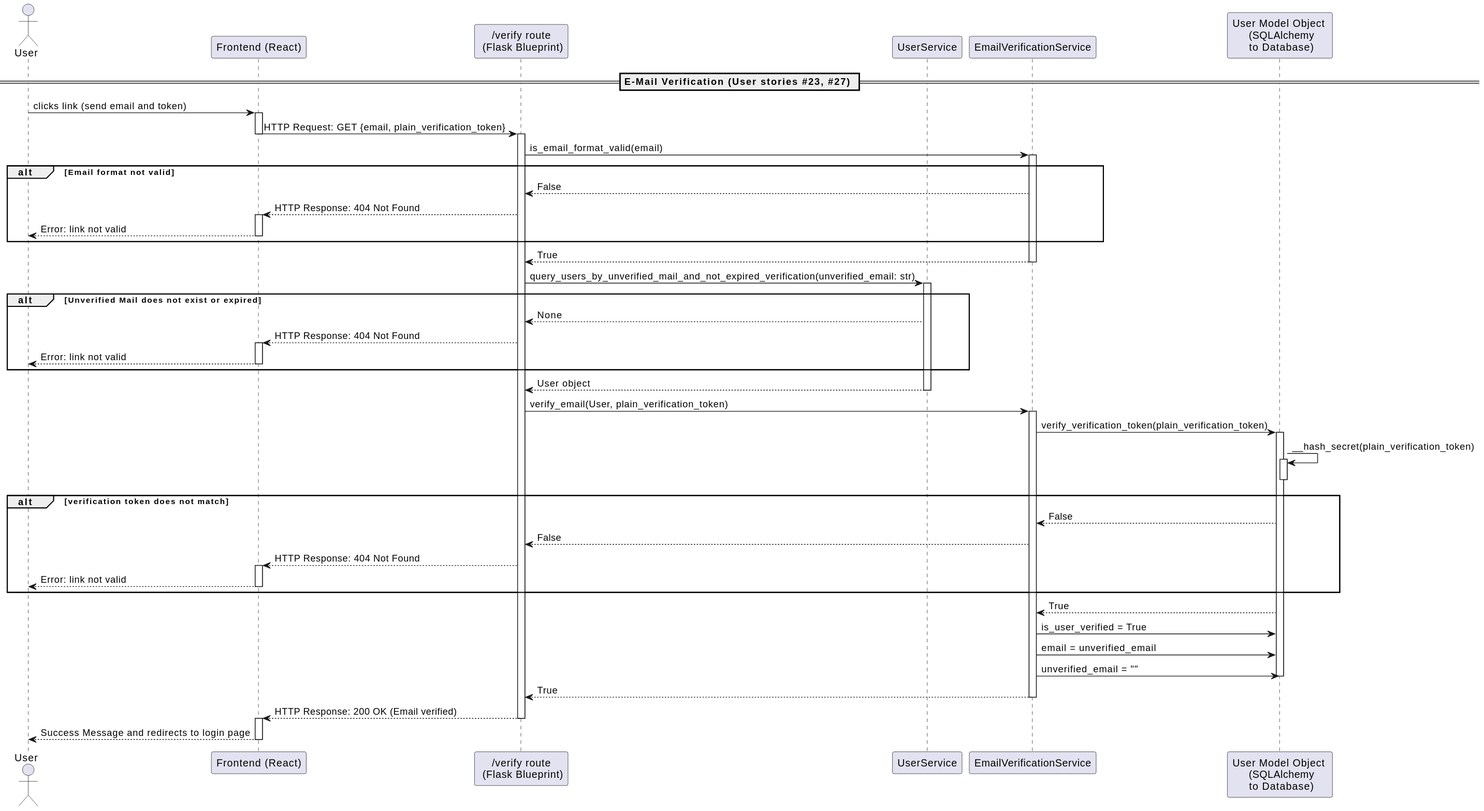
This is docs/out/diagrams/uml/sequence/account_management/EmailVerificationSequence.svg from dominikoetiker/TheMentalLoadHub, a PlantUML export, as it was before one commit.
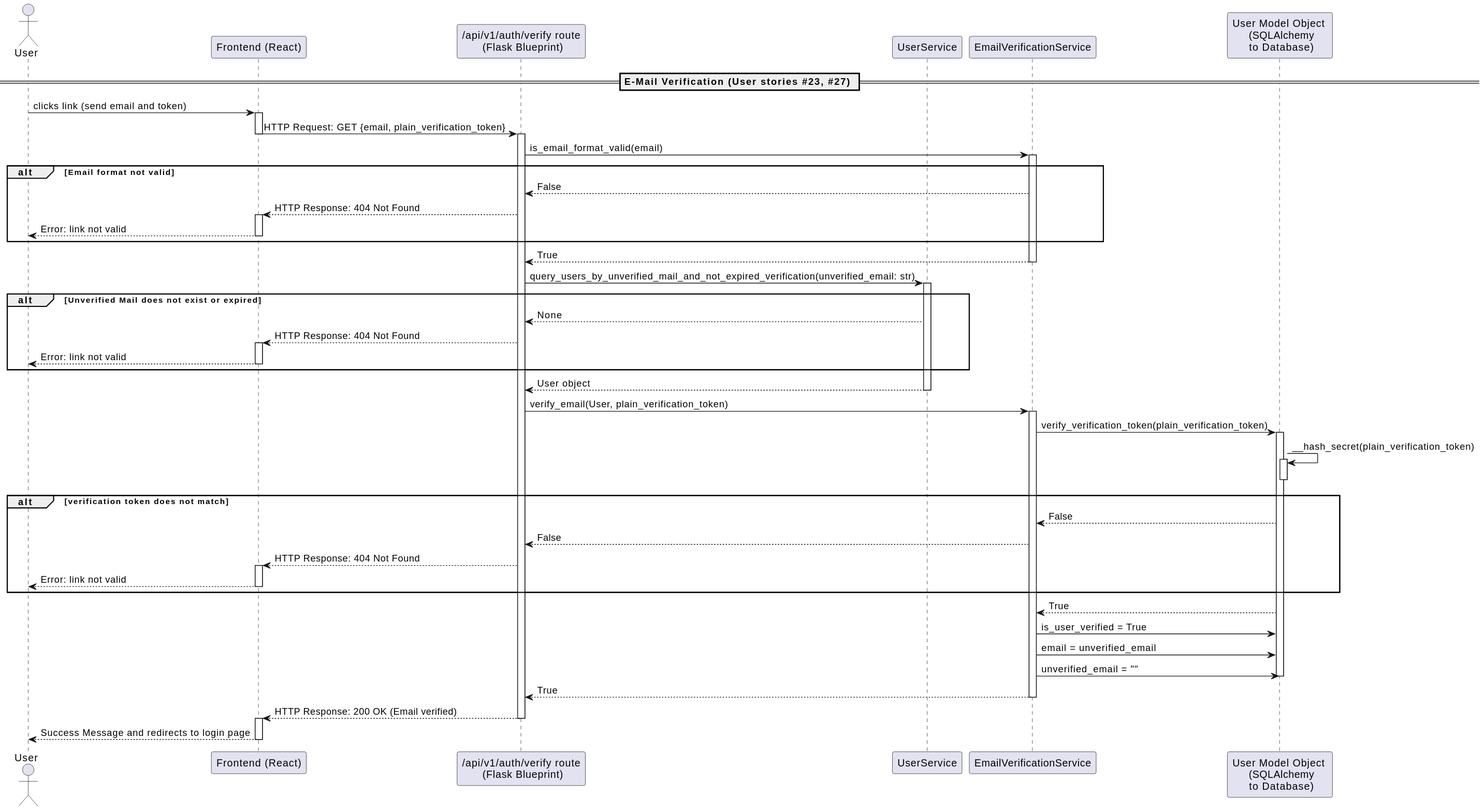
After the commit.

The edit, as a diff of the source:
```diff
@@ -1,40 +1,40 @@
 @startuml
-actor "User" as AppUser
+actor "User" as User
 participant "Frontend (React)" as FE
-participant "/verify route\n (Flask Blueprint)" as VR
+participant "/api/v1/auth/verify route\n (Flask Blueprint)" as AVR
 participant "UserService" as US
 participant "EmailVerificationService" as ES
 participant "User Model Object \n (SQLAlchemy\n to Database)" as UM
 
 == E-Mail Verification (User stories #23, #27) ==
-AppUser -> FE : clicks link (send email and token)
+User -> FE : clicks link (send email and token)
 activate FE
-FE -> VR : HTTP Request: GET {email, plain_verification_token}
+FE -> AVR : HTTP Request: GET {email, plain_verification_token}
 deactivate FE
-activate VR
-VR -> ES : is_email_format_valid(email)
+activate AVR
+AVR -> ES : is_email_format_valid(email)
 activate ES
 alt Email format not valid
-    VR <-- ES : False
-    FE <-- VR : HTTP Response: 404 Not Found
+    AVR <-- ES : False
+    FE <-- AVR : HTTP Response: 404 Not Found
     activate FE
-    AppUser <-- FE : Error: link not valid
+    User <-- FE : Error: link not valid
     deactivate FE
 end
-VR <-- ES : True
+AVR <-- ES : True
 deactivate ES
-VR -> US : query_users_by_unverified_mail_and_not_expired_verification(unverified_email: str)
+AVR -> US : query_users_by_unverified_mail_and_not_expired_verification(unverified_email: str)
 activate US
 alt Unverified Mail does not exist or expired
-    VR <-- US : None
-    FE <-- VR : HTTP Response: 404 Not Found
+    AVR <-- US : None
+    FE <-- AVR : HTTP Response: 404 Not Found
     activate FE
-    AppUser <-- FE : Error: link not valid
+    User <-- FE : Error: link not valid
     deactivate FE
 end
-VR <-- US : User object
+AVR <-- US : User object
 deactivate US
-VR -> ES : verify_email(User, plain_verification_token)
+AVR -> ES : verify_email(User, plain_verification_token)
 activate ES
 ES -> UM : verify_verification_token(plain_verification_token)
 activate UM
@@ -43,10 +43,10 @@
 deactivate UM
 alt verification token does not match
     ES <-- UM : False
-    VR <-- ES : False
-    FE <-- VR : HTTP Response: 404 Not Found
+    AVR <-- ES : False
+    FE <-- AVR : HTTP Response: 404 Not Found
     activate FE
-    AppUser <-- FE : Error: link not valid
+    User <-- FE : Error: link not valid
     deactivate FE
 end
 ES <-- UM : True
@@ -54,11 +54,11 @@
 ES -> UM : email = unverified_email
 ES -> UM : unverified_email = ""
 deactivate UM
-VR <-- ES : True
+AVR <-- ES : True
 deactivate ES
-FE <-- VR : HTTP Response: 200 OK (Email verified)
-deactivate VR
+FE <-- AVR : HTTP Response: 200 OK (Email verified)
+deactivate AVR
 activate FE
-AppUser <-- FE : Success Message and redirects to login page
+User <-- FE : Success Message and redirects to login page
 deactivate FE
 @enduml
```
